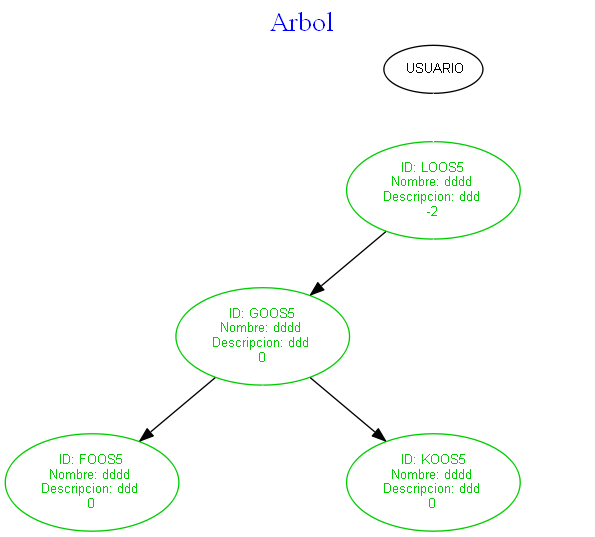
Above: P1_VJ2020/ReporteAVL.png in KimberlyEstupe/P1_VJ2020 (Graphviz), before the change. Its source is kept beside it as P1_VJ2020/ReporteAVL.dot.
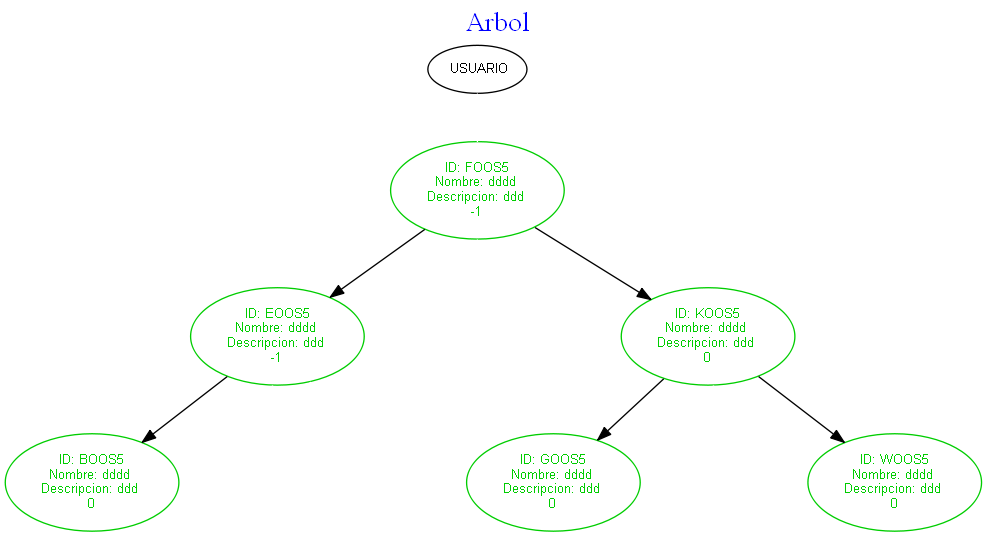
Later version of the same file.

Change to the diagram source:
```diff
@@ -4,33 +4,45 @@
 graph [nodesep = 0.5]
 label = < <font color='blue'> <font point-size='20'> Arbol </font></font>>;
 labelloc = "t";
-Nusuario -> NLOOS5[color=white];
- NGOOS5 -> NFOOS5;
- NGOOS5 -> MGOOS5[color=white];
- NGOOS5 -> NKOOS5;
- NLOOS5 -> NGOOS5;
- NLOOS5 -> MLOOS5[color=white];
- NLOOS5 -> DLOOS5[color=white];
+Nusuario -> NFOOS5[color=white];
+ NEOOS5 -> NBOOS5;
+ NEOOS5 -> MEOOS5[color=white];
+ NEOOS5 -> DEOOS5[color=white];
+ NFOOS5 -> NEOOS5;
+ NFOOS5 -> MFOOS5[color=white];
+ NFOOS5 -> NKOOS5;
+ NKOOS5 -> NGOOS5;
+ NKOOS5 -> MKOOS5[color=white];
+ NKOOS5 -> NWOOS5;
 
 Nusuario [label=" USUARIO"];
+ NBOOS5 [label=" ID: BOOS5
+Nombre: dddd
+Descripcion: ddd
+0", color=green3, fontcolor=green3];
+ NEOOS5 [label=" ID: EOOS5
+Nombre: dddd
+Descripcion: ddd
+-1", color=green3, fontcolor=green3];
+ MEOOS5 [label=" Invis", color=white, bgcolor=white, fontcolor=white];
+ DEOOS5 [label=" Invis", color=white, bgcolor=white, fontcolor=white];
  NFOOS5 [label=" ID: FOOS5
 Nombre: dddd
 Descripcion: ddd
-0", color=green3, fontcolor=green3];
+-1", color=green3, fontcolor=green3];
+ MFOOS5 [label=" Invis", color=white, bgcolor=white, fontcolor=white];
  NGOOS5 [label=" ID: GOOS5
 Nombre: dddd
 Descripcion: ddd
 0", color=green3, fontcolor=green3];
- MGOOS5 [label=" Invis", color=white, bgcolor=white, fontcolor=white];
  NKOOS5 [label=" ID: KOOS5
 Nombre: dddd
 Descripcion: ddd
 0", color=green3, fontcolor=green3];
- NLOOS5 [label=" ID: LOOS5
+ MKOOS5 [label=" Invis", color=white, bgcolor=white, fontcolor=white];
+ NWOOS5 [label=" ID: WOOS5
 Nombre: dddd
 Descripcion: ddd
--2", color=green3, fontcolor=green3];
- MLOOS5 [label=" Invis", color=white, bgcolor=white, fontcolor=white];
- DLOOS5 [label=" Invis", color=white, bgcolor=white, fontcolor=white];
+0", color=green3, fontcolor=green3];
 
 }
```
